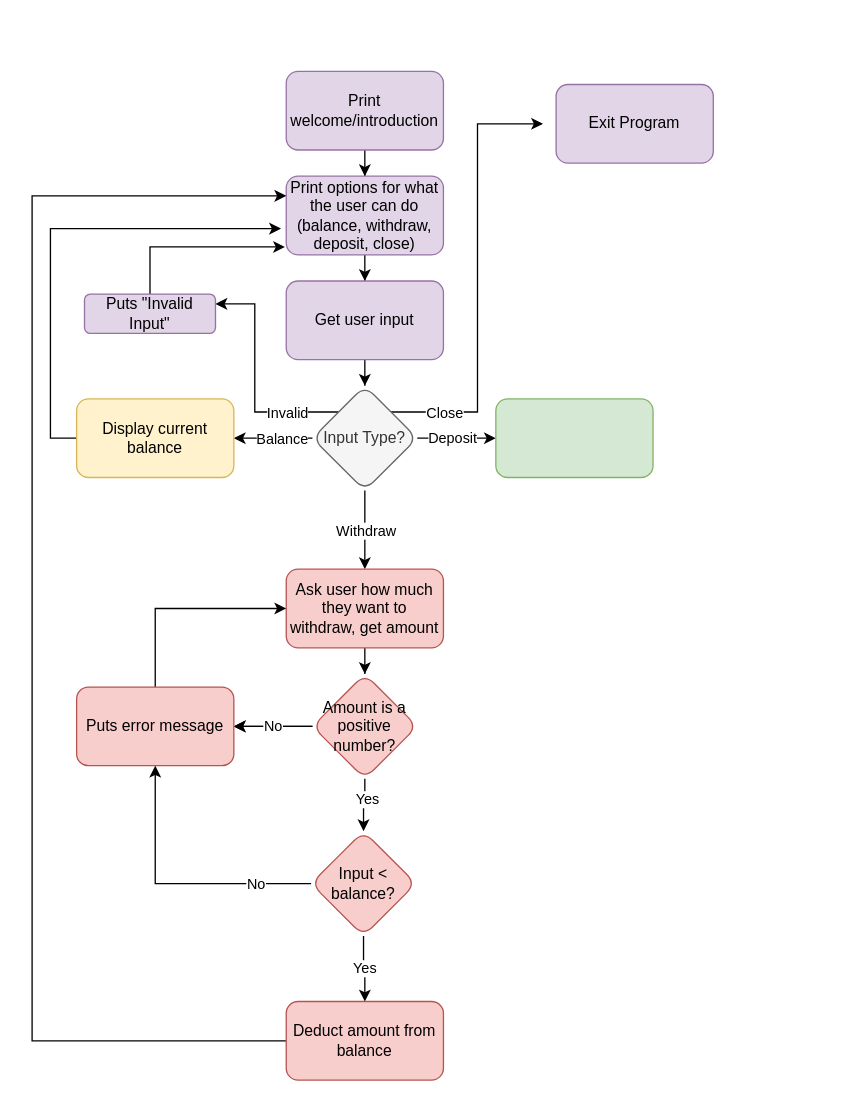
This is Untitled Diagram.drawio from Theosaurus-Rex/atm, a draw.io file, before an edit. Source tidied: cells renumbered, new cells numbered last; positions are measured from the earlier drawing's top-left corner, leaving out a move shared by most shapes. Both pictures are drawn from the tidied source at 131%, with x=0, y=0 at pixel (31, 71).
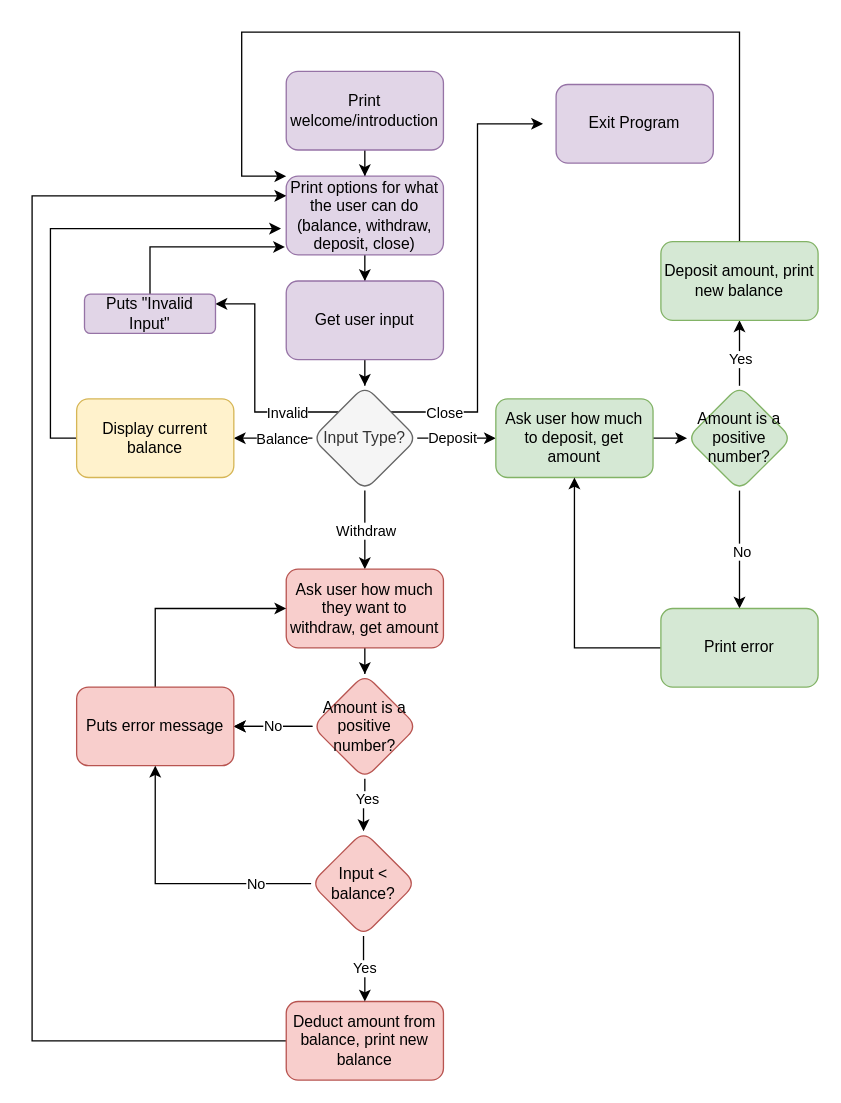
The same diagram, later.

Unchanged cells that the change refers to:
```xml
<mxCell id="5" value="Print options for what the user can do (balance, withdraw, deposit, close)" style="whiteSpace=wrap;html=1;rounded=1;fillColor=#e1d5e7;strokeColor=#9673a6;" parent="1" vertex="1">
  <mxGeometry x="194" y="80" width="120" height="60" as="geometry" />
</mxCell>
```

The edit, as a diff of the source:
```diff
@@
+    <mxCell id="40" style="edgeStyle=orthogonalEdgeStyle;rounded=0;jettySize=auto;html=1;" parent="1" edge="1" source="23" target="45">
+      <mxGeometry relative="1" as="geometry" />
+    </mxCell>
-    <mxCell id="23" style="whiteSpace=wrap;html=1;rounded=1;strokeColor=#82b366;fillColor=#d5e8d4;" parent="1" vertex="1">
+    <mxCell id="23" value="Ask user how much to deposit, get amount" style="whiteSpace=wrap;html=1;rounded=1;strokeColor=#82b366;fillColor=#d5e8d4;" parent="1" vertex="1">
       <mxGeometry x="354" y="250" width="120" height="60" as="geometry" />
     </mxCell>
@@
-    <mxCell id="33" value="Deduct amount from balance" style="whiteSpace=wrap;html=1;rounded=1;strokeColor=#b85450;fillColor=#f8cecc;" parent="1" vertex="1">
+    <mxCell id="33" value="Deduct amount from balance, print new balance" style="whiteSpace=wrap;html=1;rounded=1;strokeColor=#b85450;fillColor=#f8cecc;" parent="1" vertex="1">
       <mxGeometry x="194" y="710" width="120" height="60" as="geometry" />
     </mxCell>
@@
+    <mxCell id="41" style="edgeStyle=orthogonalEdgeStyle;rounded=0;jettySize=auto;html=1;" parent="1" edge="1" source="45" target="47">
+      <mxGeometry relative="1" as="geometry" />
+    </mxCell>
+    <mxCell id="42" value="Yes" style="edgeLabel;html=1;align=center;verticalAlign=middle;" parent="41" vertex="1">
+      <mxGeometry x="-0.16" relative="1" as="geometry" />
+    </mxCell>
+    <mxCell id="43" style="edgeStyle=orthogonalEdgeStyle;rounded=0;jettySize=auto;html=1;" parent="1" edge="1" source="45" target="49">
+      <mxGeometry relative="1" as="geometry" />
+    </mxCell>
+    <mxCell id="44" value="No" style="edgeLabel;html=1;align=center;verticalAlign=middle;" parent="43" vertex="1">
+      <mxGeometry x="0.02" y="1" relative="1" as="geometry" />
+    </mxCell>
+    <mxCell id="45" value="Amount is a positive number?" style="rhombus;whiteSpace=wrap;html=1;rounded=1;strokeColor=#82b366;fillColor=#d5e8d4;" parent="1" vertex="1">
+      <mxGeometry x="500" y="240" width="80" height="80" as="geometry" />
+    </mxCell>
+    <mxCell id="46" style="edgeStyle=orthogonalEdgeStyle;rounded=0;jettySize=auto;html=1;exitX=0.5;exitY=0;exitDx=0;exitDy=0;entryX=0;entryY=0;entryDx=0;entryDy=0;" parent="1" edge="1" source="47" target="5">
+      <mxGeometry relative="1" as="geometry">
+        <Array as="points">
+          <mxPoint x="540" y="-30" />
+          <mxPoint x="160" y="-30" />
+          <mxPoint x="160" y="80" />
+        </Array>
+      </mxGeometry>
+    </mxCell>
+    <mxCell id="47" value="Deposit amount, print new balance" style="whiteSpace=wrap;html=1;rounded=1;strokeColor=#82b366;fillColor=#d5e8d4;" parent="1" vertex="1">
+      <mxGeometry x="480" y="130" width="120" height="60" as="geometry" />
+    </mxCell>
+    <mxCell id="48" style="edgeStyle=orthogonalEdgeStyle;rounded=0;jettySize=auto;html=1;exitX=0;exitY=0.5;exitDx=0;exitDy=0;" parent="1" edge="1" source="49" target="23">
+      <mxGeometry relative="1" as="geometry" />
+    </mxCell>
+    <mxCell id="49" value="Print error" style="whiteSpace=wrap;html=1;rounded=1;strokeColor=#82b366;fillColor=#d5e8d4;" parent="1" vertex="1">
+      <mxGeometry x="480" y="410" width="120" height="60" as="geometry" />
+    </mxCell>
```
